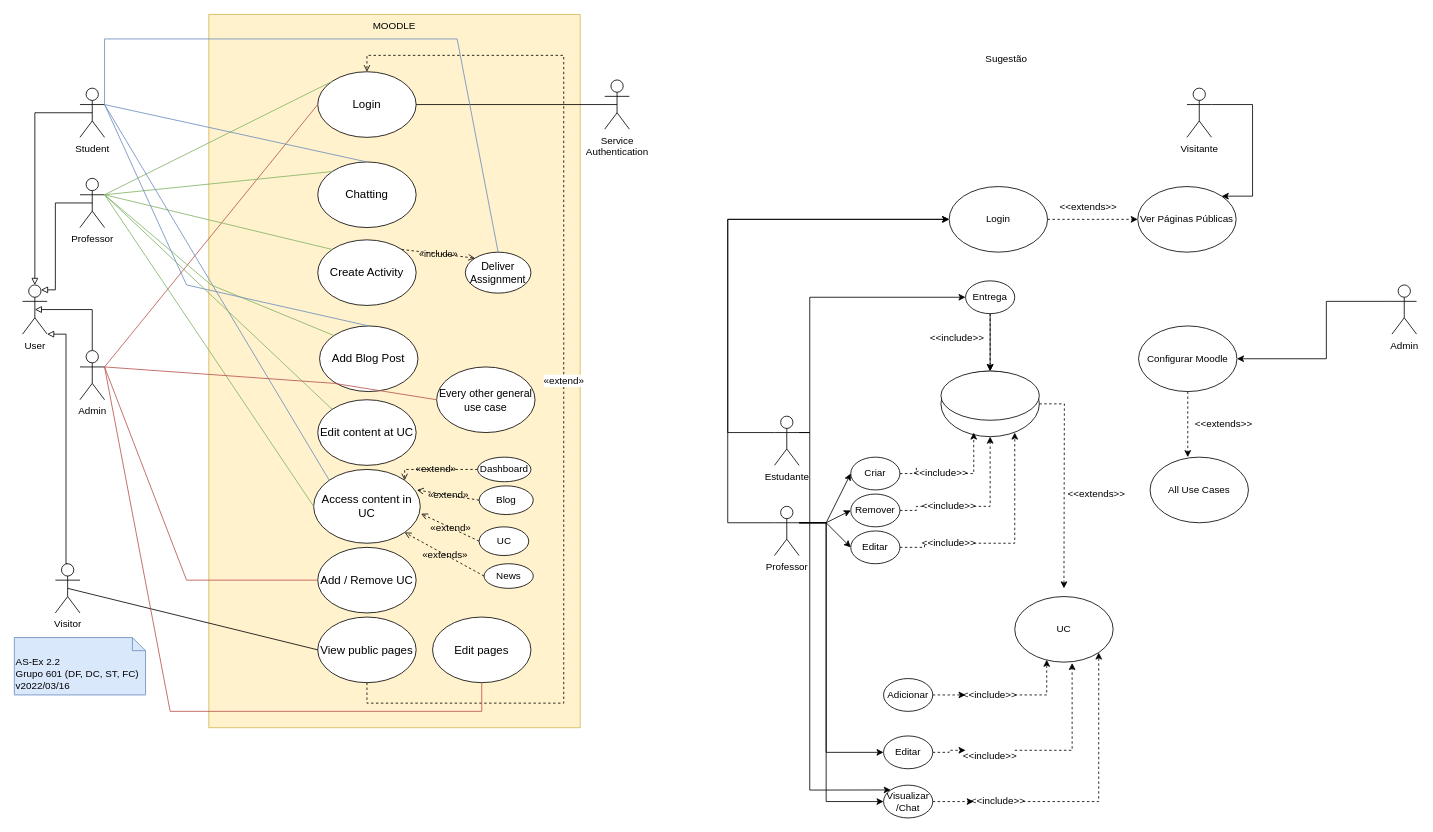
The draw.io diagram page "2.2" (1 of 3) of P/P2/P2.drawio in DavidAraujo98/AS, before the edit. Source tidied: cells renumbered, new cells numbered last; positions are measured from the earlier drawing's top-left corner, leaving out a move shared by most shapes. Both pictures are drawn from the tidied source at 82%, with x=0, y=0 at pixel (14, 14).
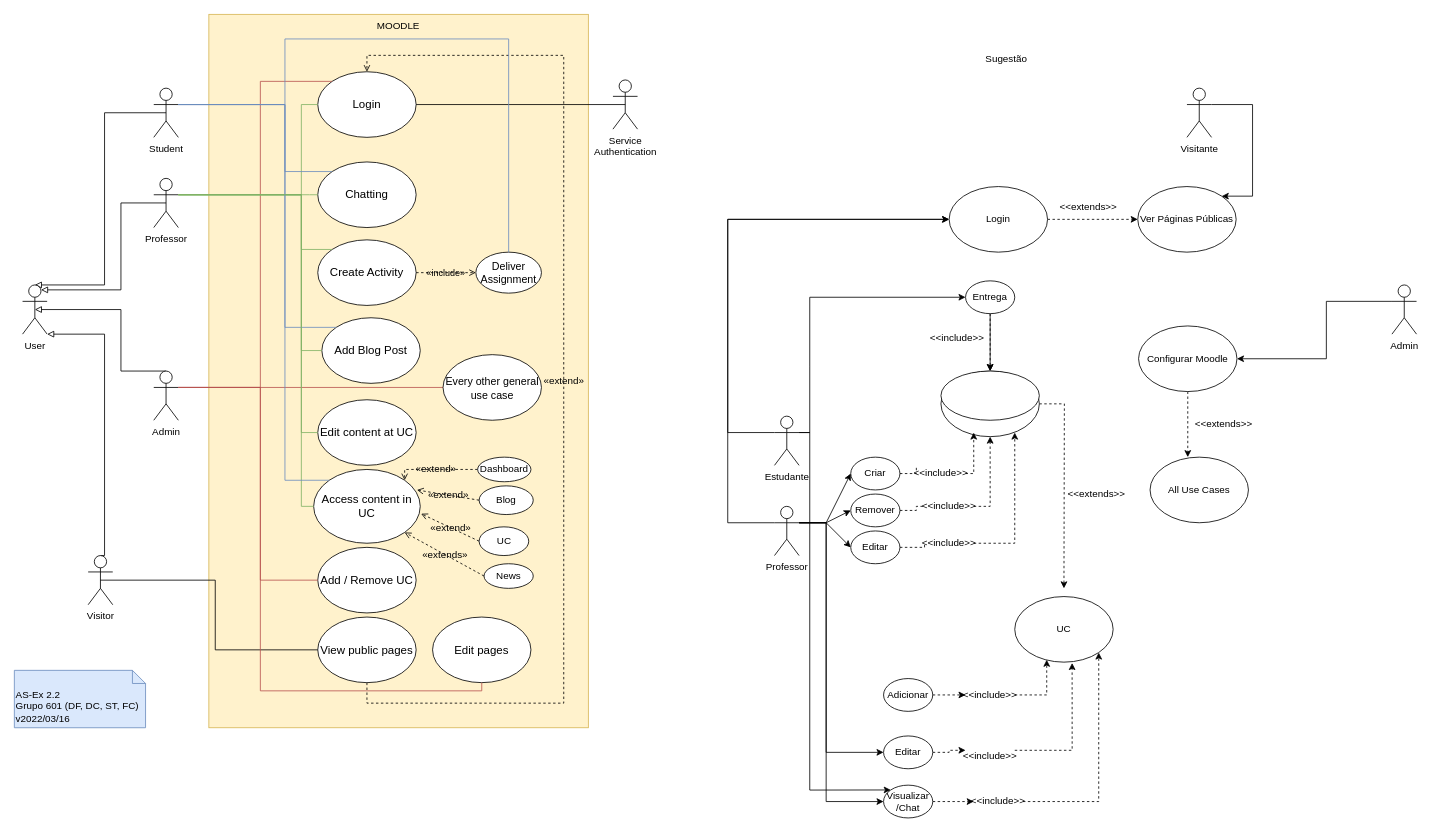
After the change.

Unchanged cells that the change refers to:
```xml
<mxCell id="9" value="&lt;div&gt;User&lt;/div&gt;" style="shape=umlActor;verticalLabelPosition=bottom;verticalAlign=top;html=1;outlineConnect=0;" parent="1" vertex="1">
  <mxGeometry x="10" y="330" width="30" height="60" as="geometry" />
</mxCell>
<mxCell id="12" value="&lt;div style=&quot;font-size: 14px&quot;&gt;&lt;font style=&quot;font-size: 14px&quot;&gt;Login&lt;/font&gt;&lt;/div&gt;" style="ellipse;whiteSpace=wrap;html=1;" parent="1" vertex="1">
  <mxGeometry x="370" y="70" width="120" height="80" as="geometry" />
</mxCell>
<mxCell id="16" value="&lt;font style=&quot;font-size: 14px&quot;&gt;Chatting&lt;/font&gt;" style="ellipse;whiteSpace=wrap;html=1;" parent="1" vertex="1">
  <mxGeometry x="370" y="180" width="120" height="80" as="geometry" />
</mxCell>
<mxCell id="17" value="&lt;font style=&quot;font-size: 14px&quot;&gt;Add / Remove UC&lt;/font&gt;" style="ellipse;whiteSpace=wrap;html=1;" parent="1" vertex="1">
  <mxGeometry x="370" y="650" width="120" height="80" as="geometry" />
</mxCell>
<mxCell id="18" value="&lt;font style=&quot;font-size: 14px&quot;&gt;Create Activity&lt;/font&gt;" style="ellipse;whiteSpace=wrap;html=1;" parent="1" vertex="1">
  <mxGeometry x="370" y="275" width="120" height="80" as="geometry" />
</mxCell>
<mxCell id="20" value="&lt;div style=&quot;font-size: 14px&quot;&gt;&lt;font style=&quot;font-size: 14px&quot;&gt;View public pages&lt;/font&gt;&lt;/div&gt;" style="ellipse;whiteSpace=wrap;html=1;" parent="1" vertex="1">
  <mxGeometry x="370" y="735" width="120" height="80" as="geometry" />
</mxCell>
<mxCell id="23" value="&lt;font style=&quot;font-size: 14px&quot;&gt;Access content in UC&lt;/font&gt;" style="ellipse;whiteSpace=wrap;html=1;" parent="1" vertex="1">
  <mxGeometry x="365" y="555" width="130" height="90" as="geometry" />
</mxCell>
<mxCell id="25" value="&lt;div&gt;&lt;font style=&quot;font-size: 14px&quot;&gt;Edit pages&lt;/font&gt;&lt;br&gt;&lt;/div&gt;" style="ellipse;whiteSpace=wrap;html=1;" parent="1" vertex="1">
  <mxGeometry x="510" y="735" width="120" height="80" as="geometry" />
</mxCell>
<mxCell id="96" value="&lt;font style=&quot;font-size: 14px&quot;&gt;Edit content at UC&lt;br&gt;&lt;/font&gt;" style="ellipse;whiteSpace=wrap;html=1;" parent="1" vertex="1">
  <mxGeometry x="370" y="470" width="120" height="80" as="geometry" />
</mxCell>
```

Change to the diagram source:
```diff
@@
     <mxCell id="2" value="MOODLE" style="rounded=0;whiteSpace=wrap;html=1;fillColor=#fff2cc;strokeColor=#d6b656;verticalAlign=top;" parent="1" vertex="1">
-      <mxGeometry x="237.2" width="452.8" height="870" as="geometry" />
+      <mxGeometry x="237.2" width="462.8" height="870" as="geometry" />
     </mxCell>
-    <mxCell id="3" style="edgeStyle=orthogonalEdgeStyle;rounded=0;jettySize=auto;html=1;endArrow=block;endFill=0;exitX=0.5;exitY=0.5;exitDx=0;exitDy=0;exitPerimeter=0;" parent="1" edge="1" source="4" target="9">
+    <mxCell id="3" style="edgeStyle=orthogonalEdgeStyle;rounded=0;jettySize=auto;html=1;endArrow=block;endFill=0;exitX=0.5;exitY=0.5;exitDx=0;exitDy=0;exitPerimeter=0;entryX=0.5;entryY=0;entryDx=0;entryDy=0;entryPerimeter=0;" parent="1" edge="1" source="4" target="9">
       <mxGeometry relative="1" as="geometry">
         <Array as="points">
-          <mxPoint x="25" y="120" />
+          <mxPoint x="110" y="120" />
+          <mxPoint x="110" y="330" />
         </Array>
       </mxGeometry>
     </mxCell>
     <mxCell id="4" value="&lt;div&gt;Student&lt;/div&gt;" style="shape=umlActor;verticalLabelPosition=bottom;verticalAlign=top;html=1;outlineConnect=0;" parent="1" vertex="1">
-      <mxGeometry x="80" y="90" width="30" height="60" as="geometry" />
+      <mxGeometry x="170" y="90" width="30" height="60" as="geometry" />
     </mxCell>
-    <mxCell id="5" style="edgeStyle=orthogonalEdgeStyle;rounded=0;jettySize=auto;html=1;endArrow=block;endFill=0;entryX=0.75;entryY=0.1;entryDx=0;entryDy=0;entryPerimeter=0;exitX=0.5;exitY=0.5;exitDx=0;exitDy=0;exitPerimeter=0;" parent="1" edge="1" source="6" target="9">
+    <mxCell id="5" style="rounded=0;jettySize=auto;html=1;endArrow=block;endFill=0;entryX=0.75;entryY=0.1;entryDx=0;entryDy=0;entryPerimeter=0;exitX=0.5;exitY=0.5;exitDx=0;exitDy=0;exitPerimeter=0;edgeStyle=orthogonalEdgeStyle;" parent="1" edge="1" source="6" target="9">
       <mxGeometry relative="1" as="geometry">
         <Array as="points">
-          <mxPoint x="50" y="230" />
-          <mxPoint x="50" y="336" />
+          <mxPoint x="130" y="230" />
+          <mxPoint x="130" y="336" />
         </Array>
       </mxGeometry>
     </mxCell>
     <mxCell id="6" value="Professor" style="shape=umlActor;verticalLabelPosition=bottom;verticalAlign=top;html=1;outlineConnect=0;" parent="1" vertex="1">
-      <mxGeometry x="80" y="200" width="30" height="60" as="geometry" />
+      <mxGeometry x="170" y="200" width="30" height="60" as="geometry" />
     </mxCell>
-    <mxCell id="7" style="edgeStyle=orthogonalEdgeStyle;rounded=0;jettySize=auto;html=1;entryX=0.5;entryY=0.5;entryDx=0;entryDy=0;entryPerimeter=0;endArrow=block;endFill=0;exitX=0.5;exitY=0;exitDx=0;exitDy=0;exitPerimeter=0;" parent="1" edge="1" source="8" target="9">
+    <mxCell id="7" style="rounded=0;jettySize=auto;html=1;entryX=0.5;entryY=0.5;entryDx=0;entryDy=0;entryPerimeter=0;endArrow=block;endFill=0;exitX=0.5;exitY=0;exitDx=0;exitDy=0;exitPerimeter=0;edgeStyle=orthogonalEdgeStyle;" parent="1" edge="1" source="8" target="9">
       <mxGeometry relative="1" as="geometry">
         <Array as="points">
-          <mxPoint x="95" y="360" />
+          <mxPoint x="130" y="435" />
+          <mxPoint x="130" y="360" />
         </Array>
       </mxGeometry>
     </mxCell>
+    <mxCell id="100" style="edgeStyle=orthogonalEdgeStyle;rounded=0;jettySize=auto;html=1;exitX=1;exitY=0.3333333333333333;exitDx=0;exitDy=0;exitPerimeter=0;entryX=0;entryY=0.5;entryDx=0;entryDy=0;labelBackgroundColor=none;fontSize=14;endArrow=none;endFill=0;strokeColor=#B85450;" parent="1" edge="1" source="8" target="99">
+      <mxGeometry relative="1" as="geometry">
+        <Array as="points">
+          <mxPoint x="210" y="455" />
+          <mxPoint x="210" y="455" />
+        </Array>
+      </mxGeometry>
+    </mxCell>
     <mxCell id="8" value="&lt;div&gt;Admin&lt;/div&gt;" style="shape=umlActor;verticalLabelPosition=bottom;verticalAlign=top;html=1;outlineConnect=0;" parent="1" vertex="1">
-      <mxGeometry x="80" y="410" width="30" height="60" as="geometry" />
+      <mxGeometry x="170" y="435" width="30" height="60" as="geometry" />
     </mxCell>
@@
-    <mxCell id="10" style="edgeStyle=orthogonalEdgeStyle;rounded=0;jettySize=auto;html=1;entryX=1;entryY=1;entryDx=0;entryDy=0;entryPerimeter=0;endArrow=block;endFill=0;exitX=0.5;exitY=0;exitDx=0;exitDy=0;exitPerimeter=0;" parent="1" edge="1" source="11" target="9">
+    <mxCell id="10" style="rounded=0;jettySize=auto;html=1;entryX=1;entryY=1;entryDx=0;entryDy=0;entryPerimeter=0;endArrow=block;endFill=0;exitX=0.5;exitY=0;exitDx=0;exitDy=0;exitPerimeter=0;edgeStyle=orthogonalEdgeStyle;" parent="1" edge="1" source="11" target="9">
       <mxGeometry relative="1" as="geometry">
         <Array as="points">
-          <mxPoint x="63" y="670" />
-          <mxPoint x="63" y="390" />
+          <mxPoint x="110" y="660" />
+          <mxPoint x="110" y="390" />
         </Array>
       </mxGeometry>
     </mxCell>
     <mxCell id="11" value="&lt;div&gt;Visitor&lt;/div&gt;" style="shape=umlActor;verticalLabelPosition=bottom;verticalAlign=top;html=1;outlineConnect=0;" parent="1" vertex="1">
-      <mxGeometry x="50" y="670" width="30" height="60" as="geometry" />
+      <mxGeometry x="90" y="660" width="30" height="60" as="geometry" />
     </mxCell>
@@
     <mxCell id="13" value="&lt;div&gt;Service&lt;br&gt;Authentication&lt;/div&gt;" style="shape=umlActor;verticalLabelPosition=bottom;verticalAlign=top;html=1;outlineConnect=0;" parent="1" vertex="1">
-      <mxGeometry x="720" y="80" width="30" height="60" as="geometry" />
+      <mxGeometry x="730" y="80" width="30" height="60" as="geometry" />
     </mxCell>
@@
-    <mxCell id="19" value="«extend»" style="edgeStyle=orthogonalEdgeStyle;rounded=0;jettySize=auto;html=1;exitX=0.5;exitY=1;exitDx=0;exitDy=0;entryX=0.5;entryY=0;entryDx=0;entryDy=0;fontSize=12;startArrow=none;startFill=0;dashed=1;endArrow=open;endFill=0;" parent="1" edge="1" source="20" target="12">
+    <mxCell id="19" value="«extend»" style="edgeStyle=orthogonalEdgeStyle;rounded=0;jettySize=auto;html=1;exitX=0.5;exitY=1;exitDx=0;exitDy=0;entryX=0.5;entryY=0;entryDx=0;entryDy=0;fontSize=12;startArrow=none;startFill=0;dashed=1;endArrow=open;endFill=0;labelBackgroundColor=none;" parent="1" edge="1" source="20" target="12">
       <mxGeometry relative="1" as="geometry">
         <Array as="points">
           <mxPoint x="430" y="840" />
           <mxPoint x="670" y="840" />
           <mxPoint x="670" y="50" />
           <mxPoint x="430" y="50" />
         </Array>
       </mxGeometry>
     </mxCell>
@@
     <mxCell id="21" value="&lt;font style=&quot;font-size: 13px&quot;&gt;Deliver Assignment&lt;/font&gt;" style="ellipse;whiteSpace=wrap;html=1;" parent="1" vertex="1">
-      <mxGeometry x="550" y="290" width="80" height="50" as="geometry" />
+      <mxGeometry x="562.8" y="290" width="80" height="50" as="geometry" />
     </mxCell>
-    <mxCell id="22" value="«include»" style="endArrow=open;html=1;rounded=0;exitX=1;exitY=0;exitDx=0;exitDy=0;entryX=0;entryY=0;entryDx=0;entryDy=0;endFill=0;dashed=1;startArrow=none;labelBackgroundColor=none;" parent="1" edge="1" source="18" target="21">
+    <mxCell id="22" value="«include»" style="endArrow=open;html=1;rounded=0;exitX=1;exitY=0.5;exitDx=0;exitDy=0;entryX=0;entryY=0.5;entryDx=0;entryDy=0;endFill=0;dashed=1;startArrow=none;labelBackgroundColor=none;" parent="1" edge="1" source="18" target="21">
       <mxGeometry relative="1" as="geometry" />
     </mxCell>
@@
     <mxCell id="24" value="&lt;font style=&quot;font-size: 14px&quot;&gt;Add Blog Post&lt;/font&gt;" style="ellipse;whiteSpace=wrap;html=1;" parent="1" vertex="1">
-      <mxGeometry x="372.2" y="380" width="120" height="80" as="geometry" />
+      <mxGeometry x="375" y="370" width="120" height="80" as="geometry" />
     </mxCell>
@@
-    <mxCell id="26" style="endArrow=none;html=1;rounded=0;exitX=0.5;exitY=0.5;exitDx=0;exitDy=0;exitPerimeter=0;entryX=0;entryY=0.5;entryDx=0;entryDy=0;" parent="1" edge="1" source="11" target="20">
+    <mxCell id="26" style="endArrow=none;html=1;rounded=0;exitX=0.5;exitY=0.5;exitDx=0;exitDy=0;exitPerimeter=0;entryX=0;entryY=0.5;entryDx=0;entryDy=0;edgeStyle=orthogonalEdgeStyle;" parent="1" edge="1" source="11" target="20">
       <mxGeometry relative="1" as="geometry" />
     </mxCell>
-    <mxCell id="27" style="endArrow=none;html=1;rounded=0;entryX=0.5;entryY=1;entryDx=0;entryDy=0;exitX=1;exitY=0.3333333333333333;exitDx=0;exitDy=0;exitPerimeter=0;fillColor=#f8cecc;gradientColor=#ea6b66;strokeColor=#b85450;" parent="1" edge="1" source="8" target="25">
+    <mxCell id="27" style="endArrow=none;html=1;rounded=0;entryX=0.5;entryY=1;entryDx=0;entryDy=0;exitX=1;exitY=0.3333333333333333;exitDx=0;exitDy=0;exitPerimeter=0;fillColor=#f8cecc;gradientColor=#ea6b66;strokeColor=#b85450;edgeStyle=orthogonalEdgeStyle;" parent="1" edge="1" source="8" target="25">
       <mxGeometry relative="1" as="geometry">
         <Array as="points">
-          <mxPoint x="190" y="850" />
-          <mxPoint x="570" y="850" />
+          <mxPoint x="300" y="455" />
+          <mxPoint x="300" y="825" />
+          <mxPoint x="570" y="825" />
         </Array>
       </mxGeometry>
     </mxCell>
-    <mxCell id="28" style="endArrow=none;html=1;rounded=0;exitX=1;exitY=0.3333333333333333;exitDx=0;exitDy=0;exitPerimeter=0;entryX=0;entryY=0;entryDx=0;entryDy=0;fillColor=#d5e8d4;strokeColor=#82b366;" parent="1" edge="1" source="6" target="12">
-      <mxGeometry relative="1" as="geometry" />
+    <mxCell id="28" style="endArrow=none;html=1;rounded=0;exitX=1;exitY=0.3333333333333333;exitDx=0;exitDy=0;exitPerimeter=0;entryX=0;entryY=0.5;entryDx=0;entryDy=0;fillColor=#d5e8d4;strokeColor=#82b366;edgeStyle=orthogonalEdgeStyle;" parent="1" edge="1" source="6" target="12">
+      <mxGeometry relative="1" as="geometry">
+        <Array as="points">
+          <mxPoint x="350" y="220" />
+          <mxPoint x="350" y="110" />
+        </Array>
+      </mxGeometry>
     </mxCell>
-    <mxCell id="29" style="endArrow=none;html=1;rounded=0;exitX=1;exitY=0.3333333333333333;exitDx=0;exitDy=0;exitPerimeter=0;entryX=0;entryY=0.5;entryDx=0;entryDy=0;endFill=0;fillColor=#f8cecc;strokeColor=#b85450;gradientColor=#ea6b66;" parent="1" edge="1" source="8" target="12">
-      <mxGeometry relative="1" as="geometry" />
+    <mxCell id="29" style="endArrow=none;html=1;rounded=0;exitX=1;exitY=0.3333333333333333;exitDx=0;exitDy=0;exitPerimeter=0;entryX=0;entryY=0;entryDx=0;entryDy=0;endFill=0;fillColor=#f8cecc;strokeColor=#b85450;gradientColor=#ea6b66;edgeStyle=orthogonalEdgeStyle;" parent="1" edge="1" source="8" target="12">
+      <mxGeometry relative="1" as="geometry">
+        <Array as="points">
+          <mxPoint x="300" y="430" />
+          <mxPoint x="300" y="82" />
+          <mxPoint x="370" y="82" />
+        </Array>
+      </mxGeometry>
     </mxCell>
-    <mxCell id="30" style="endArrow=none;html=1;rounded=0;exitX=1;exitY=0.3333333333333333;exitDx=0;exitDy=0;exitPerimeter=0;entryX=0.5;entryY=0;entryDx=0;entryDy=0;fillColor=#dae8fc;strokeColor=#6c8ebf;" parent="1" edge="1" source="4" target="16">
-      <mxGeometry relative="1" as="geometry" />
+    <mxCell id="30" style="endArrow=none;html=1;rounded=0;exitX=1;exitY=0.3333333333333333;exitDx=0;exitDy=0;exitPerimeter=0;entryX=0;entryY=0;entryDx=0;entryDy=0;fillColor=#dae8fc;strokeColor=#6c8ebf;edgeStyle=orthogonalEdgeStyle;" parent="1" edge="1" source="4" target="16">
+      <mxGeometry relative="1" as="geometry">
+        <Array as="points">
+          <mxPoint x="330" y="110" />
+          <mxPoint x="330" y="192" />
+        </Array>
+      </mxGeometry>
     </mxCell>
-    <mxCell id="31" style="endArrow=none;html=1;rounded=0;exitX=1;exitY=0.3333333333333333;exitDx=0;exitDy=0;exitPerimeter=0;entryX=0;entryY=0;entryDx=0;entryDy=0;fillColor=#d5e8d4;strokeColor=#82b366;" parent="1" edge="1" source="6" target="16">
-      <mxGeometry relative="1" as="geometry" />
+    <mxCell id="31" style="endArrow=none;html=1;rounded=0;exitX=1;exitY=0.3333333333333333;exitDx=0;exitDy=0;exitPerimeter=0;entryX=0;entryY=0.5;entryDx=0;entryDy=0;fillColor=#d5e8d4;strokeColor=#82b366;edgeStyle=orthogonalEdgeStyle;" parent="1" edge="1" source="6" target="16">
+      <mxGeometry relative="1" as="geometry">
+        <Array as="points">
+          <mxPoint x="360" y="220" />
+          <mxPoint x="360" y="220" />
+        </Array>
+      </mxGeometry>
     </mxCell>
-    <mxCell id="32" style="endArrow=none;html=1;rounded=0;exitX=1;exitY=0.3333333333333333;exitDx=0;exitDy=0;exitPerimeter=0;entryX=0;entryY=0;entryDx=0;entryDy=0;fillColor=#d5e8d4;strokeColor=#82b366;" parent="1" edge="1" source="6" target="18">
-      <mxGeometry relative="1" as="geometry" />
+    <mxCell id="32" style="endArrow=none;html=1;rounded=0;exitX=1;exitY=0.3333333333333333;exitDx=0;exitDy=0;exitPerimeter=0;entryX=0;entryY=0;entryDx=0;entryDy=0;fillColor=#d5e8d4;strokeColor=#82b366;edgeStyle=orthogonalEdgeStyle;" parent="1" edge="1" source="6" target="18">
+      <mxGeometry relative="1" as="geometry">
+        <Array as="points">
+          <mxPoint x="350" y="220" />
+          <mxPoint x="350" y="287" />
+        </Array>
+      </mxGeometry>
     </mxCell>
-    <mxCell id="33" style="endArrow=none;html=1;rounded=0;exitX=1;exitY=0.3333333333333333;exitDx=0;exitDy=0;exitPerimeter=0;entryX=0.5;entryY=0;entryDx=0;entryDy=0;fillColor=#dae8fc;strokeColor=#6c8ebf;" parent="1" edge="1" source="4" target="21">
+    <mxCell id="33" style="endArrow=none;html=1;rounded=0;exitX=1;exitY=0.3333333333333333;exitDx=0;exitDy=0;exitPerimeter=0;entryX=0.5;entryY=0;entryDx=0;entryDy=0;fillColor=#dae8fc;strokeColor=#6c8ebf;edgeStyle=orthogonalEdgeStyle;" parent="1" edge="1" source="4" target="21">
       <mxGeometry relative="1" as="geometry">
         <Array as="points">
-          <mxPoint x="110" y="30" />
-          <mxPoint x="540" y="30" />
+          <mxPoint x="330" y="110" />
+          <mxPoint x="330" y="30" />
+          <mxPoint x="603" y="30" />
         </Array>
       </mxGeometry>
     </mxCell>
     <mxCell id="34" value="AS-Ex 2.2&lt;br&gt;Grupo 601 (DF, DC, ST, FC)&lt;br&gt;v2022/03/16" style="shape=note2;boundedLbl=1;whiteSpace=wrap;html=1;size=16;verticalAlign=top;align=left;fillColor=#dae8fc;strokeColor=#6c8ebf;" parent="1" vertex="1">
-      <mxGeometry y="760" width="160" height="70" as="geometry" />
+      <mxGeometry y="800" width="160" height="70" as="geometry" />
     </mxCell>
@@
-    <mxCell id="91" style="endArrow=none;html=1;rounded=0;exitX=1;exitY=0.3333333333333333;exitDx=0;exitDy=0;exitPerimeter=0;entryX=0;entryY=0;entryDx=0;entryDy=0;fillColor=#d5e8d4;strokeColor=#82b366;" parent="1" edge="1" source="6" target="24">
+    <mxCell id="91" style="endArrow=none;html=1;rounded=0;exitX=1;exitY=0.3333333333333333;exitDx=0;exitDy=0;exitPerimeter=0;entryX=0;entryY=0.5;entryDx=0;entryDy=0;fillColor=#d5e8d4;strokeColor=#82b366;edgeStyle=orthogonalEdgeStyle;" parent="1" edge="1" source="6" target="24">
       <mxGeometry relative="1" as="geometry">
         <Array as="points">
-          <mxPoint x="240" y="330" />
+          <mxPoint x="350" y="220" />
+          <mxPoint x="350" y="410" />
         </Array>
       </mxGeometry>
     </mxCell>
@@
-    <mxCell id="93" style="endArrow=none;html=1;rounded=0;entryX=0.5;entryY=0;entryDx=0;entryDy=0;fillColor=#dae8fc;strokeColor=#6c8ebf;exitX=1;exitY=0.3333333333333333;exitDx=0;exitDy=0;exitPerimeter=0;" parent="1" edge="1" source="4" target="24">
+    <mxCell id="93" style="endArrow=none;html=1;rounded=0;entryX=0;entryY=0;entryDx=0;entryDy=0;fillColor=#dae8fc;strokeColor=#6c8ebf;exitX=1;exitY=0.3333333333333333;exitDx=0;exitDy=0;exitPerimeter=0;edgeStyle=orthogonalEdgeStyle;" parent="1" edge="1" source="4" target="24">
       <mxGeometry relative="1" as="geometry">
         <Array as="points">
-          <mxPoint x="210" y="330" />
+          <mxPoint x="330" y="110" />
+          <mxPoint x="330" y="382" />
         </Array>
       </mxGeometry>
     </mxCell>
-    <mxCell id="94" style="endArrow=none;html=1;rounded=0;exitX=1;exitY=0.3333333333333333;exitDx=0;exitDy=0;exitPerimeter=0;entryX=0;entryY=0.5;entryDx=0;entryDy=0;fillColor=#d5e8d4;strokeColor=#82b366;" parent="1" edge="1" source="6" target="23">
-      <mxGeometry relative="1" as="geometry" />
+    <mxCell id="94" style="endArrow=none;html=1;rounded=0;exitX=1;exitY=0.3333333333333333;exitDx=0;exitDy=0;exitPerimeter=0;entryX=0;entryY=0.5;entryDx=0;entryDy=0;fillColor=#d5e8d4;strokeColor=#82b366;edgeStyle=orthogonalEdgeStyle;" parent="1" edge="1" source="6" target="23">
+      <mxGeometry relative="1" as="geometry">
+        <Array as="points">
+          <mxPoint x="350" y="220" />
+          <mxPoint x="350" y="600" />
+        </Array>
+      </mxGeometry>
     </mxCell>
-    <mxCell id="95" style="endArrow=none;html=1;rounded=0;exitX=1;exitY=0.3333333333333333;exitDx=0;exitDy=0;exitPerimeter=0;entryX=0;entryY=0;entryDx=0;entryDy=0;fillColor=#dae8fc;gradientColor=#7ea6e0;strokeColor=#6c8ebf;" parent="1" edge="1" source="4" target="23">
-      <mxGeometry relative="1" as="geometry" />
+    <mxCell id="95" style="endArrow=none;html=1;rounded=0;exitX=1;exitY=0.3333333333333333;exitDx=0;exitDy=0;exitPerimeter=0;entryX=0;entryY=0;entryDx=0;entryDy=0;fillColor=#dae8fc;gradientColor=#7ea6e0;strokeColor=#6c8ebf;edgeStyle=orthogonalEdgeStyle;" parent="1" edge="1" source="4" target="23">
+      <mxGeometry relative="1" as="geometry">
+        <Array as="points">
+          <mxPoint x="330" y="110" />
+          <mxPoint x="330" y="568" />
+        </Array>
+      </mxGeometry>
     </mxCell>
@@
-    <mxCell id="97" style="endArrow=none;html=1;rounded=0;exitX=1;exitY=0.3333333333333333;exitDx=0;exitDy=0;exitPerimeter=0;fillColor=#d5e8d4;strokeColor=#82b366;entryX=0;entryY=0;entryDx=0;entryDy=0;" parent="1" edge="1" source="6" target="96">
-      <mxGeometry relative="1" as="geometry" />
+    <mxCell id="97" style="endArrow=none;html=1;rounded=0;exitX=1;exitY=0.3333333333333333;exitDx=0;exitDy=0;exitPerimeter=0;fillColor=#d5e8d4;strokeColor=#82b366;entryX=0;entryY=0.5;entryDx=0;entryDy=0;edgeStyle=orthogonalEdgeStyle;" parent="1" edge="1" source="6" target="96">
+      <mxGeometry relative="1" as="geometry">
+        <Array as="points">
+          <mxPoint x="350" y="220" />
+          <mxPoint x="350" y="510" />
+        </Array>
+      </mxGeometry>
     </mxCell>
-    <mxCell id="98" style="endArrow=none;html=1;rounded=0;exitX=1;exitY=0.3333333333333333;exitDx=0;exitDy=0;exitPerimeter=0;entryX=0;entryY=0.5;entryDx=0;entryDy=0;fillColor=#f8cecc;gradientColor=#ea6b66;strokeColor=#b85450;" parent="1" edge="1" source="8" target="17">
+    <mxCell id="98" style="endArrow=none;html=1;rounded=0;exitX=1;exitY=0.3333333333333333;exitDx=0;exitDy=0;exitPerimeter=0;entryX=0;entryY=0.5;entryDx=0;entryDy=0;fillColor=#f8cecc;gradientColor=#ea6b66;strokeColor=#B85450;edgeStyle=orthogonalEdgeStyle;" parent="1" edge="1" source="8" target="17">
       <mxGeometry relative="1" as="geometry">
         <Array as="points">
-          <mxPoint x="210" y="690" />
+          <mxPoint x="300" y="455" />
+          <mxPoint x="300" y="690" />
         </Array>
       </mxGeometry>
     </mxCell>
     <mxCell id="99" value="&lt;font style=&quot;font-size: 13px&quot;&gt;Every other general use case&lt;/font&gt;" style="ellipse;whiteSpace=wrap;html=1;fontSize=14;" parent="1" vertex="1">
-      <mxGeometry x="515" y="430" width="120" height="80" as="geometry" />
+      <mxGeometry x="522.8" y="415" width="120" height="80" as="geometry" />
     </mxCell>
-    <mxCell id="100" style="endArrow=none;html=1;rounded=0;fontSize=12;exitX=1;exitY=0.3333333333333333;exitDx=0;exitDy=0;exitPerimeter=0;entryX=0;entryY=0.5;entryDx=0;entryDy=0;fillColor=#f8cecc;strokeColor=#b85450;" parent="1" edge="1" source="8" target="99">
-      <mxGeometry relative="1" as="geometry">
-        <Array as="points">
-          <mxPoint x="390" y="450" />
-        </Array>
-      </mxGeometry>
-    </mxCell>
```
